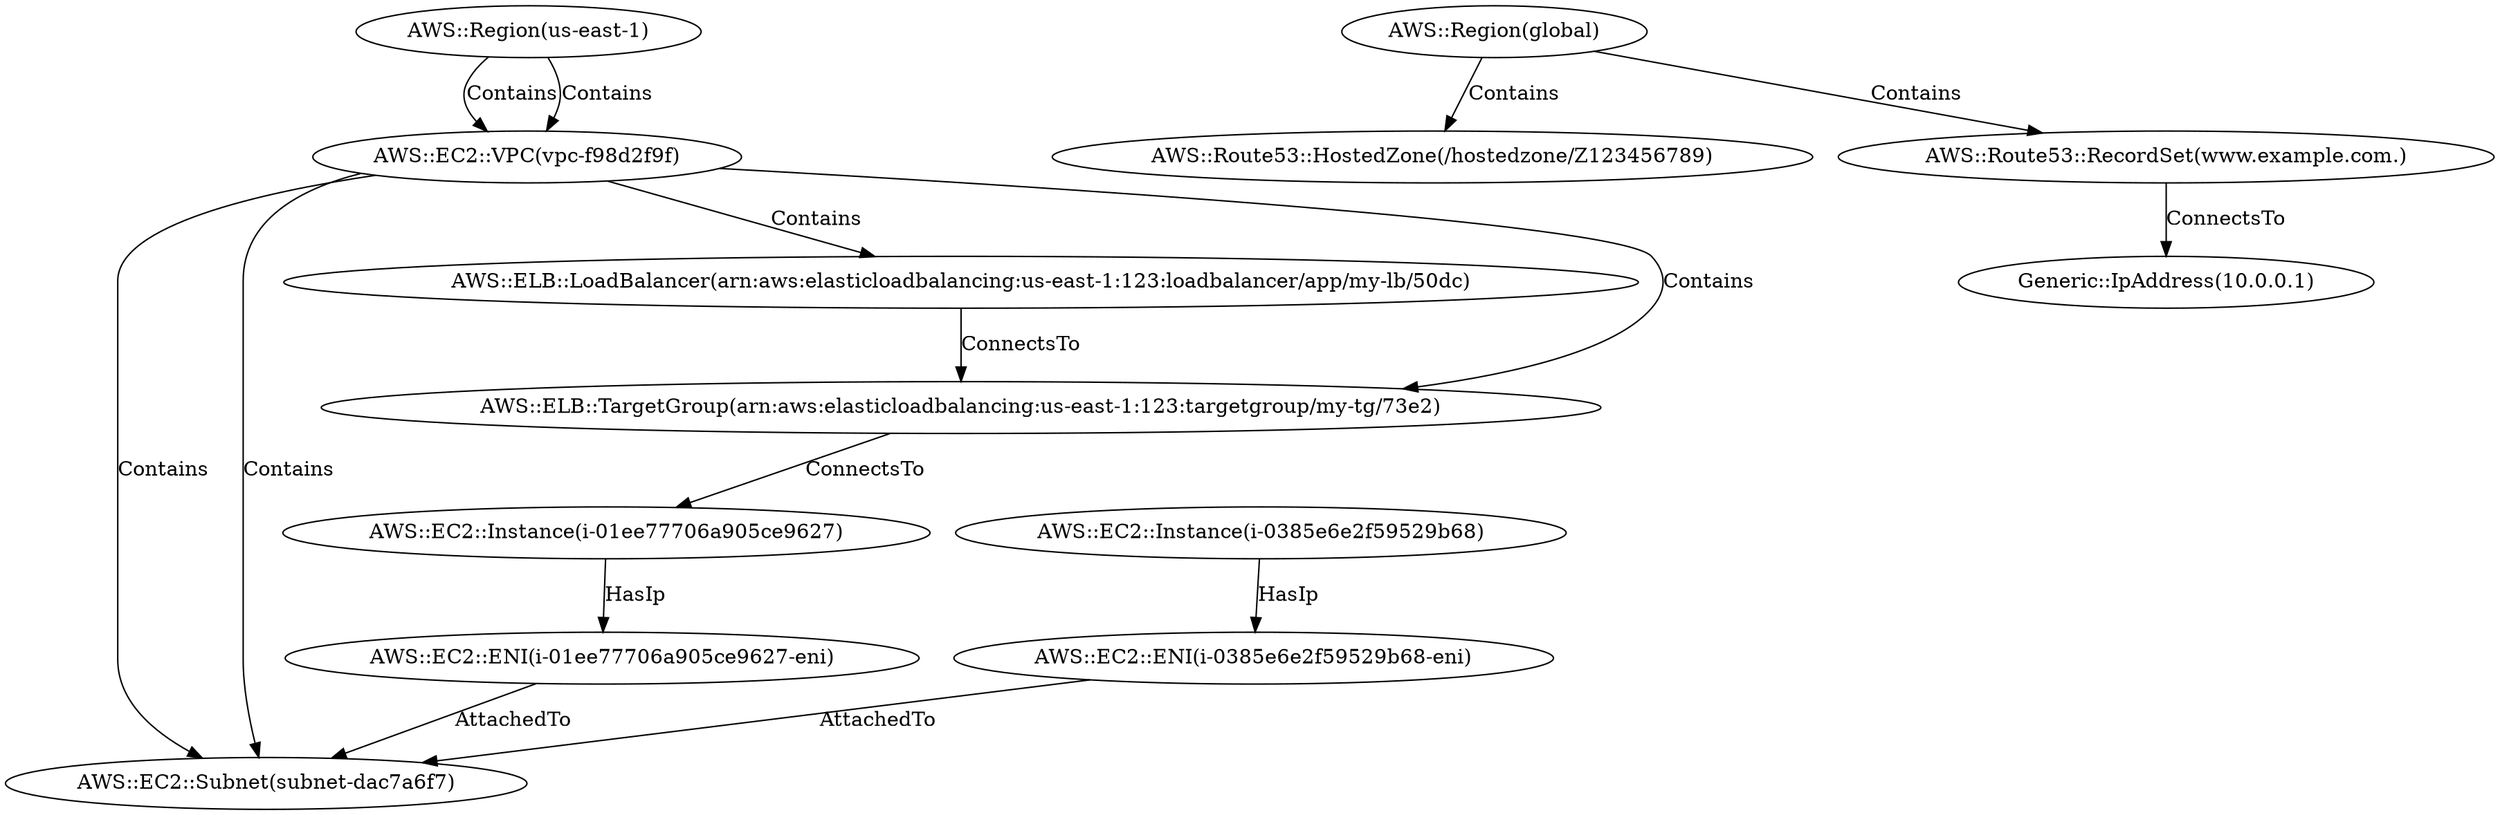
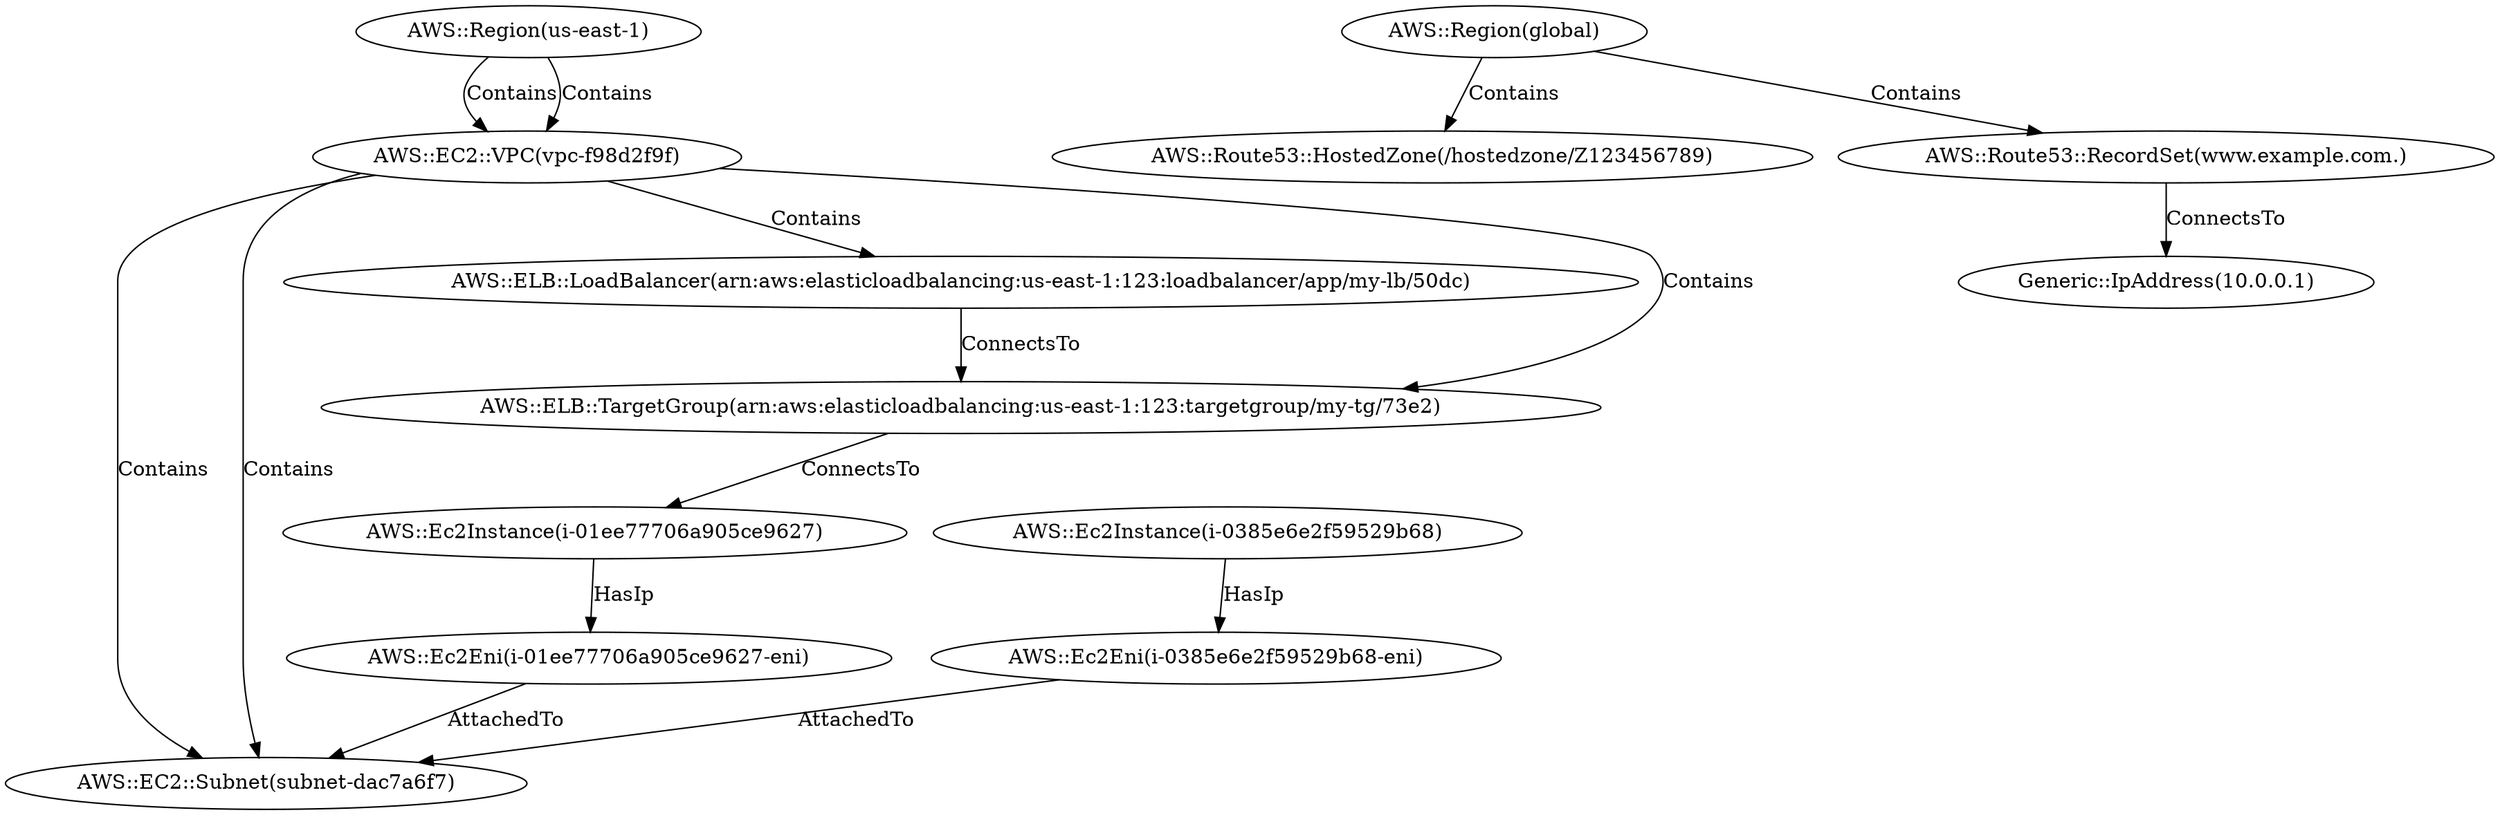
digraph {
    0 [ label = "AWS::Region(us-east-1)" ]
    1 [ label = "AWS::EC2::VPC(vpc-f98d2f9f)" ]
    2 [ label = "AWS::EC2::Subnet(subnet-dac7a6f7)" ]
-     3 [ label = "AWS::EC2::Instance(i-01ee77706a905ce9627)" ]
-     4 [ label = "AWS::EC2::ENI(i-01ee77706a905ce9627-eni)" ]
-     5 [ label = "AWS::EC2::Instance(i-0385e6e2f59529b68)" ]
-     6 [ label = "AWS::EC2::ENI(i-0385e6e2f59529b68-eni)" ]
+     3 [ label = "AWS::Ec2Instance(i-01ee77706a905ce9627)" ]
+     4 [ label = "AWS::Ec2Eni(i-01ee77706a905ce9627-eni)" ]
+     5 [ label = "AWS::Ec2Instance(i-0385e6e2f59529b68)" ]
+     6 [ label = "AWS::Ec2Eni(i-0385e6e2f59529b68-eni)" ]
    7 [ label = "AWS::ELB::LoadBalancer(arn:aws:elasticloadbalancing:us-east-1:123:loadbalancer/app/my-lb/50dc)" ]
    8 [ label = "AWS::ELB::TargetGroup(arn:aws:elasticloadbalancing:us-east-1:123:targetgroup/my-tg/73e2)" ]
    9 [ label = "AWS::Region(global)" ]
    10 [ label = "AWS::Route53::HostedZone(/hostedzone/Z123456789)" ]
    11 [ label = "AWS::Route53::RecordSet(www.example.com.)" ]
    12 [ label = "Generic::IpAddress(10.0.0.1)" ]
    0 -> 1 [ label = "Contains" ]
    1 -> 2 [ label = "Contains" ]
    3 -> 4 [ label = "HasIp" ]
    4 -> 2 [ label = "AttachedTo" ]
    0 -> 1 [ label = "Contains" ]
    1 -> 2 [ label = "Contains" ]
    5 -> 6 [ label = "HasIp" ]
    6 -> 2 [ label = "AttachedTo" ]
    1 -> 7 [ label = "Contains" ]
    1 -> 8 [ label = "Contains" ]
    8 -> 3 [ label = "ConnectsTo" ]
    7 -> 8 [ label = "ConnectsTo" ]
    9 -> 10 [ label = "Contains" ]
    9 -> 11 [ label = "Contains" ]
    11 -> 12 [ label = "ConnectsTo" ]
}
